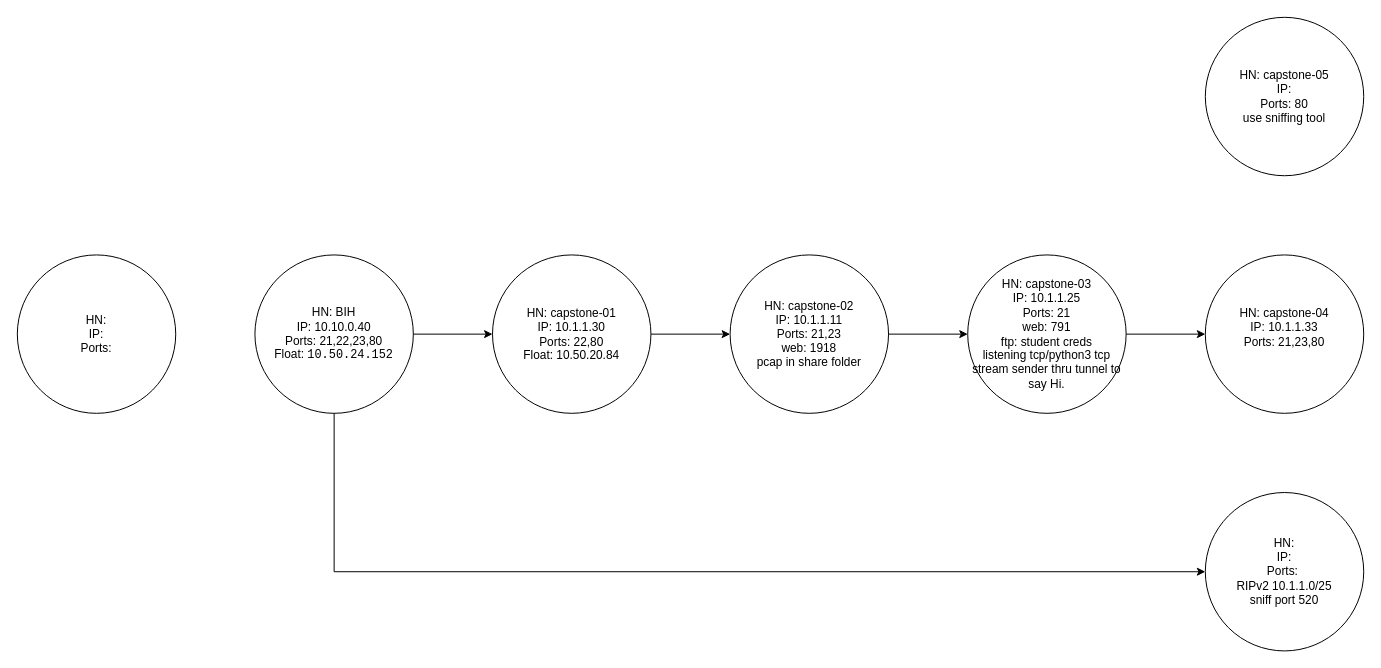
matthewjrobinson24/networking keeps this draw.io diagram as capstonemap.drawio. Above is the earlier version. Source tidied: cells renumbered, new cells numbered last; positions are measured from the earlier drawing's top-left corner, leaving out a move shared by most shapes. Both pictures are drawn from the tidied source at 99%, with x=0, y=0 at pixel (17, 17).
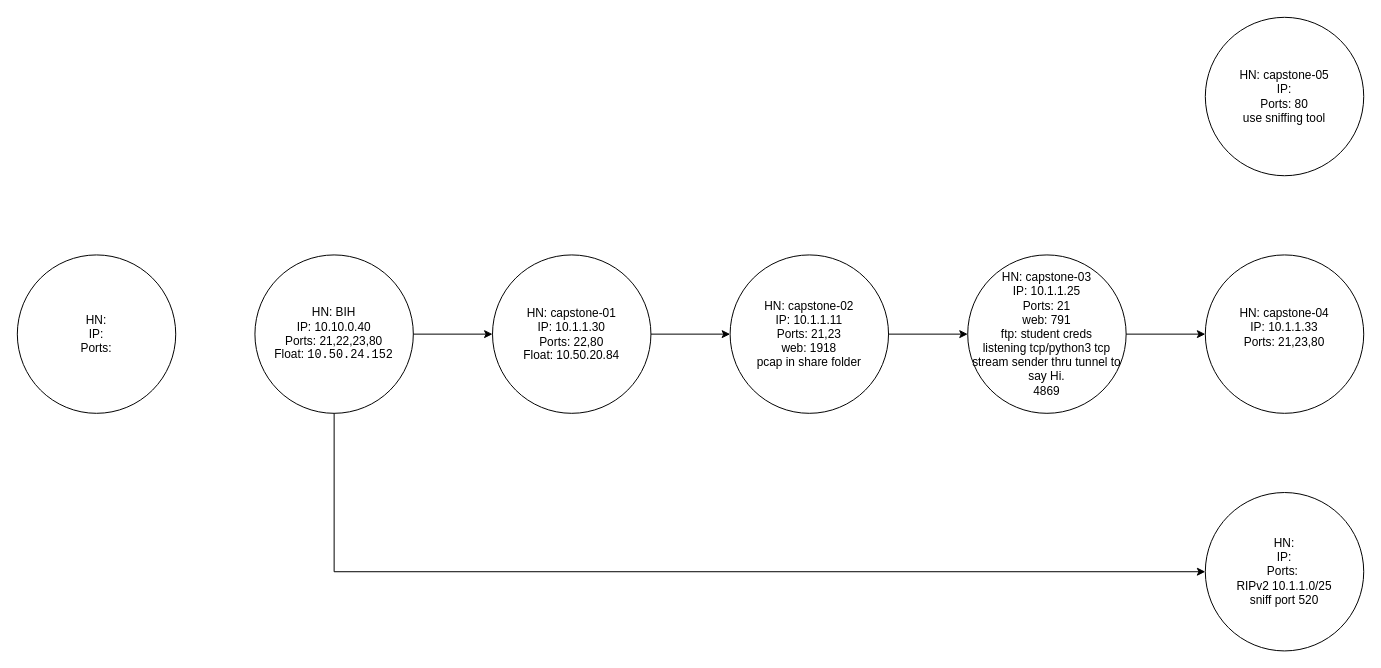
Above is the later version.

The edit, as a diff of the source:
```diff
@@
 <mxGraphModel>
   <root>
     <mxCell id="0" />
     <mxCell id="1" parent="0" />
     <mxCell id="2" value="&lt;div&gt;HN: BIH&lt;br&gt;&lt;/div&gt;&lt;div&gt;IP: 10.10.0.40&lt;br&gt;&lt;/div&gt;&lt;div&gt;Ports: 21,22,23,80&lt;br&gt;&lt;/div&gt;&lt;div&gt;Float: &lt;code&gt;&lt;code&gt;&lt;code&gt;10.50.24.152&lt;/code&gt;&lt;/code&gt;&lt;/code&gt;&lt;/div&gt;" style="ellipse;whiteSpace=wrap;html=1;" parent="1" vertex="1">
       <mxGeometry x="240" y="240" width="160" height="160" as="geometry" />
     </mxCell>
     <mxCell id="3" value="&lt;div&gt;HN: capstone-01&lt;br&gt;&lt;/div&gt;&lt;div&gt;IP: 10.1.1.30&lt;br&gt;&lt;/div&gt;&lt;div&gt;Ports: 22,80&lt;br&gt;&lt;/div&gt;&lt;div&gt;Float: 10.50.20.84&lt;br&gt;&lt;/div&gt;" style="ellipse;whiteSpace=wrap;html=1;" parent="1" vertex="1">
       <mxGeometry x="480" y="240" width="160" height="160" as="geometry" />
     </mxCell>
     <mxCell id="4" value="&lt;div&gt;HN: &lt;br&gt;&lt;/div&gt;&lt;div&gt;IP: &lt;br&gt;&lt;/div&gt;&lt;div&gt;Ports: &lt;br&gt;&lt;/div&gt;" style="ellipse;whiteSpace=wrap;html=1;" parent="1" vertex="1">
       <mxGeometry y="240" width="160" height="160" as="geometry" />
     </mxCell>
     <mxCell id="5" value="&lt;div&gt;HN: capstone-02&lt;br&gt;&lt;/div&gt;&lt;div&gt;IP: 10.1.1.11&lt;br&gt;&lt;/div&gt;&lt;div&gt;Ports: 21,23&lt;br&gt;&lt;/div&gt;&lt;div&gt;web: 1918&lt;/div&gt;&lt;div&gt;pcap in share folder&lt;br&gt;&lt;/div&gt;" style="ellipse;whiteSpace=wrap;html=1;" parent="1" vertex="1">
       <mxGeometry x="720" y="240" width="160" height="160" as="geometry" />
     </mxCell>
-    <mxCell id="6" value="&lt;div&gt;HN: capstone-03&lt;br&gt;&lt;/div&gt;&lt;div&gt;IP: 10.1.1.25&lt;br&gt;&lt;/div&gt;&lt;div&gt;Ports: 21&lt;/div&gt;&lt;div&gt;web: 791&lt;/div&gt;&lt;div&gt;ftp: student creds&lt;br&gt;&lt;/div&gt;&lt;div&gt;listening tcp/python3 tcp stream sender thru tunnel to say Hi.&lt;br&gt;&lt;/div&gt;" style="ellipse;whiteSpace=wrap;html=1;" parent="1" vertex="1">
+    <mxCell id="6" value="&lt;div&gt;HN: capstone-03&lt;br&gt;&lt;/div&gt;&lt;div&gt;IP: 10.1.1.25&lt;br&gt;&lt;/div&gt;&lt;div&gt;Ports: 21&lt;/div&gt;&lt;div&gt;web: 791&lt;/div&gt;&lt;div&gt;ftp: student creds&lt;br&gt;&lt;/div&gt;&lt;div&gt;listening tcp/python3 tcp stream sender thru tunnel to say Hi.&lt;/div&gt;&lt;div&gt;4869&lt;br&gt;&lt;/div&gt;" style="ellipse;whiteSpace=wrap;html=1;" parent="1" vertex="1">
       <mxGeometry x="960" y="240" width="160" height="160" as="geometry" />
     </mxCell>
     <mxCell id="7" value="&lt;div&gt;HN: capstone-04&lt;br&gt;&lt;/div&gt;&lt;div&gt;IP: 10.1.1.33&lt;br&gt;&lt;/div&gt;&lt;div&gt;Ports: 21,23,80&lt;/div&gt;&lt;div&gt;&lt;br&gt;&lt;/div&gt;" style="ellipse;whiteSpace=wrap;html=1;" parent="1" vertex="1">
       <mxGeometry x="1200" y="240" width="160" height="160" as="geometry" />
     </mxCell>
     <mxCell id="8" value="&lt;div&gt;HN: capstone-05&lt;br&gt;&lt;/div&gt;&lt;div&gt;IP: &lt;br&gt;&lt;/div&gt;&lt;div&gt;Ports: 80&lt;/div&gt;&lt;div&gt;use sniffing tool&lt;br&gt;&lt;/div&gt;" style="ellipse;whiteSpace=wrap;html=1;" parent="1" vertex="1">
       <mxGeometry x="1200" width="160" height="160" as="geometry" />
     </mxCell>
     <mxCell id="9" value="&lt;div&gt;HN: &lt;br&gt;&lt;/div&gt;&lt;div&gt;IP: &lt;br&gt;&lt;/div&gt;&lt;div&gt;Ports:&amp;nbsp;&lt;/div&gt;&lt;div&gt;RIPv2 10.1.1.0/25&lt;/div&gt;&lt;div&gt;sniff port 520&lt;br&gt;&lt;/div&gt;" style="ellipse;whiteSpace=wrap;html=1;" parent="1" vertex="1">
       <mxGeometry x="1200" y="480" width="160" height="160" as="geometry" />
     </mxCell>
     <mxCell id="10" style="endArrow=classic;html=1;rounded=0;exitX=1;exitY=0.5;exitDx=0;exitDy=0;entryX=0;entryY=0.5;entryDx=0;entryDy=0;" parent="1" edge="1" source="2" target="3">
       <mxGeometry relative="1" as="geometry" />
     </mxCell>
     <mxCell id="11" style="endArrow=classic;html=1;rounded=0;exitX=1;exitY=0.5;exitDx=0;exitDy=0;entryX=0;entryY=0.5;entryDx=0;entryDy=0;" parent="1" edge="1" source="3" target="5">
       <mxGeometry relative="1" as="geometry" />
     </mxCell>
     <mxCell id="12" style="endArrow=classic;html=1;rounded=0;exitX=1;exitY=0.5;exitDx=0;exitDy=0;entryX=0;entryY=0.5;entryDx=0;entryDy=0;" parent="1" edge="1" source="5" target="6">
       <mxGeometry relative="1" as="geometry" />
     </mxCell>
     <mxCell id="13" style="endArrow=none;html=1;rounded=0;entryX=0.5;entryY=1;entryDx=0;entryDy=0;" parent="1" edge="1" target="2">
       <mxGeometry relative="1" as="geometry">
         <mxPoint x="320" y="560" as="sourcePoint" />
       </mxGeometry>
     </mxCell>
     <mxCell id="14" style="endArrow=classic;html=1;rounded=0;entryX=0;entryY=0.5;entryDx=0;entryDy=0;" parent="1" edge="1" target="9">
       <mxGeometry relative="1" as="geometry">
         <mxPoint x="320" y="560" as="sourcePoint" />
       </mxGeometry>
     </mxCell>
     <mxCell id="15" style="endArrow=classic;html=1;rounded=0;exitX=1;exitY=0.5;exitDx=0;exitDy=0;entryX=0;entryY=0.5;entryDx=0;entryDy=0;" parent="1" edge="1" source="6" target="7">
       <mxGeometry relative="1" as="geometry" />
     </mxCell>
   </root>
 </mxGraphModel>
```
